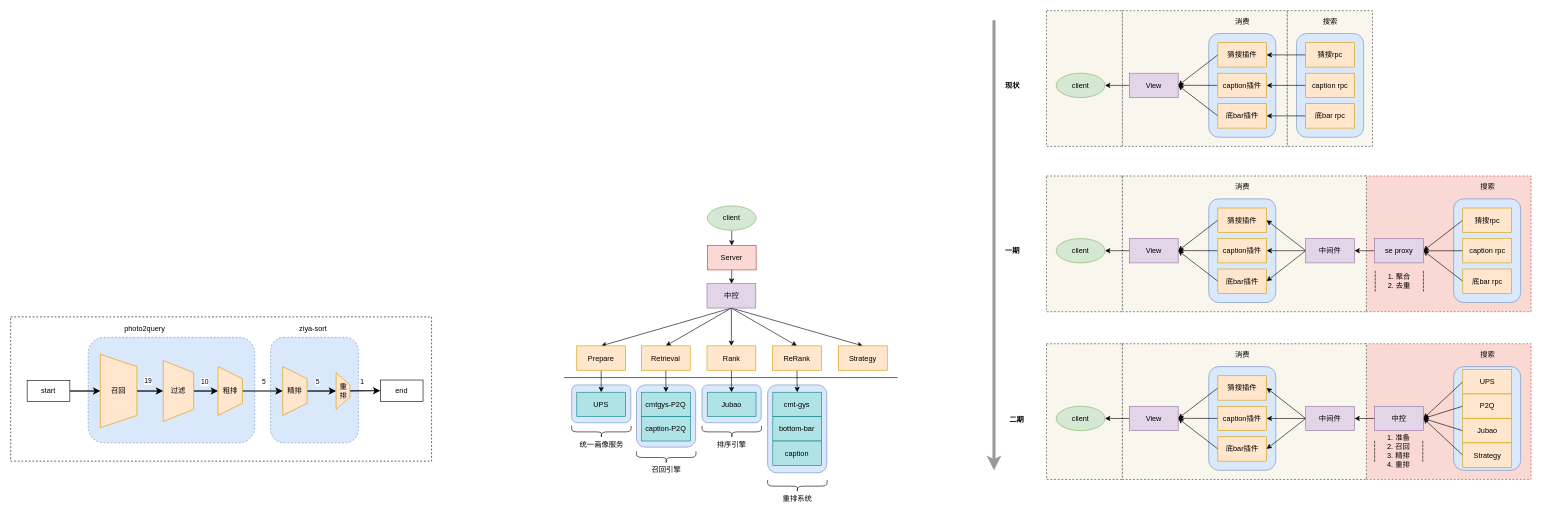
Above: query-reco.drawio in AmaniCheung/draw.io (draw.io), before the change. Source tidied: cells renumbered, new cells numbered last; positions are measured from the earlier drawing's top-left corner, leaving out a move shared by most shapes. Both pictures are drawn from the tidied source at 61%, with x=0, y=0 at pixel (10, 10).
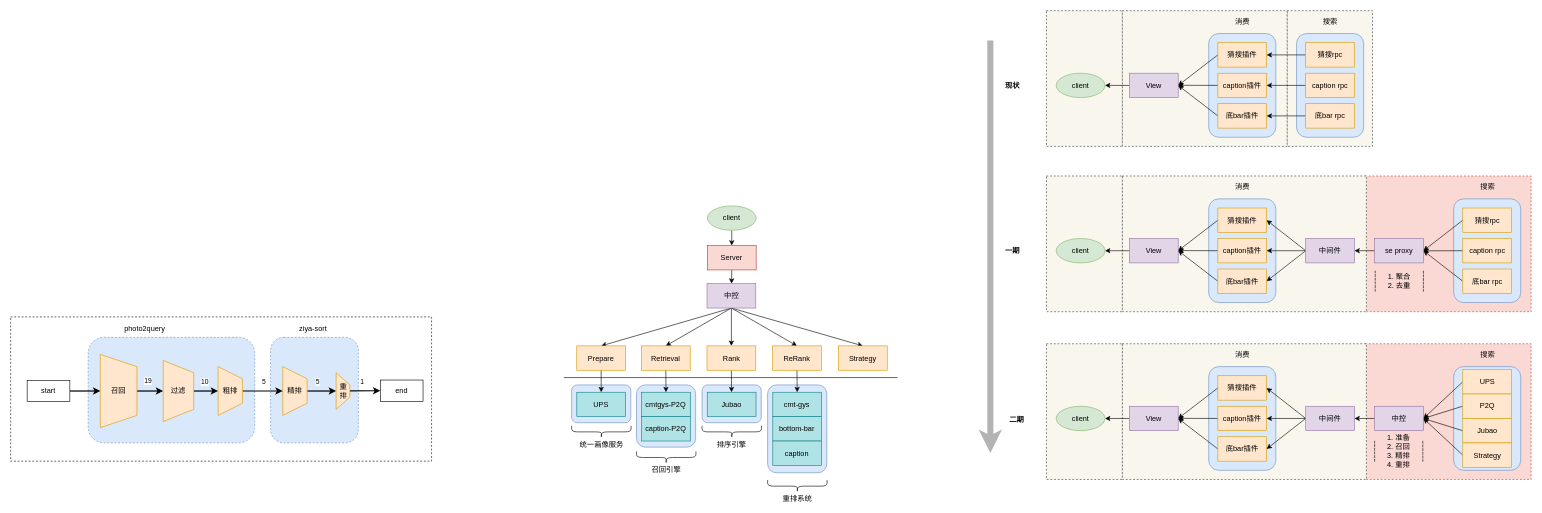
The same page after the edit.

The edit, as a diff of the source:
```diff
@@
-    <mxCell id="145" style="edgeStyle=segmentEdgeStyle;endArrow=classic;html=1;curved=0;rounded=0;endSize=8;startSize=8;strokeWidth=5;strokeColor=#999999;fontSize=12;fontStyle=1;" parent="1" edge="1">
+    <mxCell id="145" style="endArrow=classic;html=1;rounded=0;strokeWidth=10;strokeColor=#B3B3B3;fontSize=12;fontStyle=1;" parent="1" edge="1">
       <mxGeometry relative="1" as="geometry">
-        <mxPoint x="1612" y="15.5" as="sourcePoint" />
-        <mxPoint x="1612" y="753.5" as="targetPoint" />
+        <mxPoint x="1606" y="49" as="sourcePoint" />
+        <mxPoint x="1606" y="725" as="targetPoint" />
       </mxGeometry>
     </mxCell>
```
